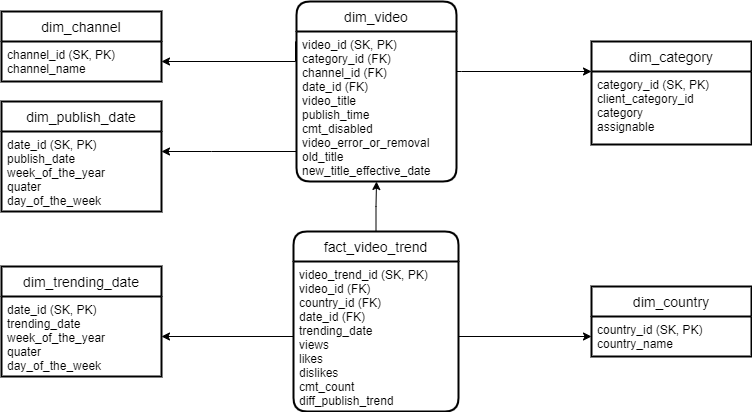
Above: docs/logical_model.png in Shradaya/youtube_DW (draw.io), before the change. Source tidied: cells renumbered, new cells last; positions are measured from the earlier drawing's top-left corner, leaving out a move shared by most shapes.
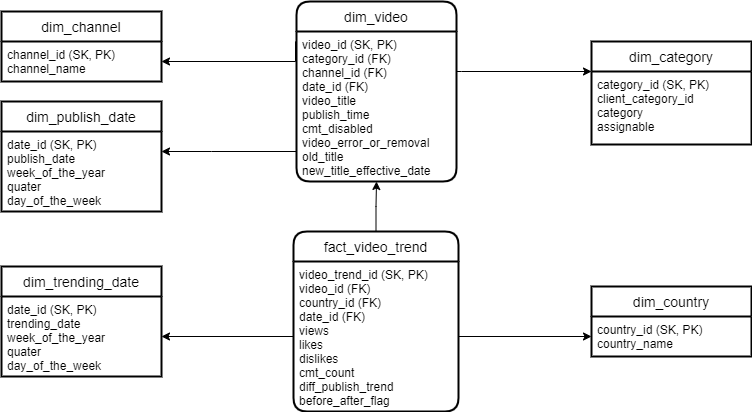
Above is the later version.

Diff of the diagram source:
```diff
@@ -8,7 +8,7 @@
     <mxCell id="3" value="fact_video_trend" style="swimlane;horizontal=1;startSize=30;rounded=1;fontSize=14;fontStyle=0;strokeWidth=2;shadow=0;dashed=0;align=center;" parent="1" vertex="1">
       <mxGeometry x="292" y="230" width="165" height="180" as="geometry" />
     </mxCell>
-    <mxCell id="4" value="video_trend_id (SK, PK)&#10;video_id (FK)&#10;country_id (FK)&#10;date_id (FK)&#10;trending_date&#10;views&#10;likes&#10;dislikes&#10;cmt_count&#10;diff_publish_trend&#10;" style="align=left;strokeColor=none;fillColor=none;spacingLeft=4;fontSize=12;verticalAlign=top;" parent="3" vertex="1">
+    <mxCell id="4" value="video_trend_id (SK, PK)&#10;video_id (FK)&#10;country_id (FK)&#10;date_id (FK)&#10;views&#10;likes&#10;dislikes&#10;cmt_count&#10;diff_publish_trend&#10;before_after_flag&#10;" style="align=left;strokeColor=none;fillColor=none;spacingLeft=4;fontSize=12;verticalAlign=top;" parent="3" vertex="1">
       <mxGeometry y="30" width="165" height="150" as="geometry" />
     </mxCell>
     <mxCell id="5" style="edgeStyle=orthogonalEdgeStyle;rounded=0;jettySize=auto;html=1;entryX=1;entryY=0.5;entryDx=0;entryDy=0;exitX=-0.006;exitY=0.066;exitDx=0;exitDy=0;exitPerimeter=0;" parent="1" edge="1" source="7" target="11">
```
